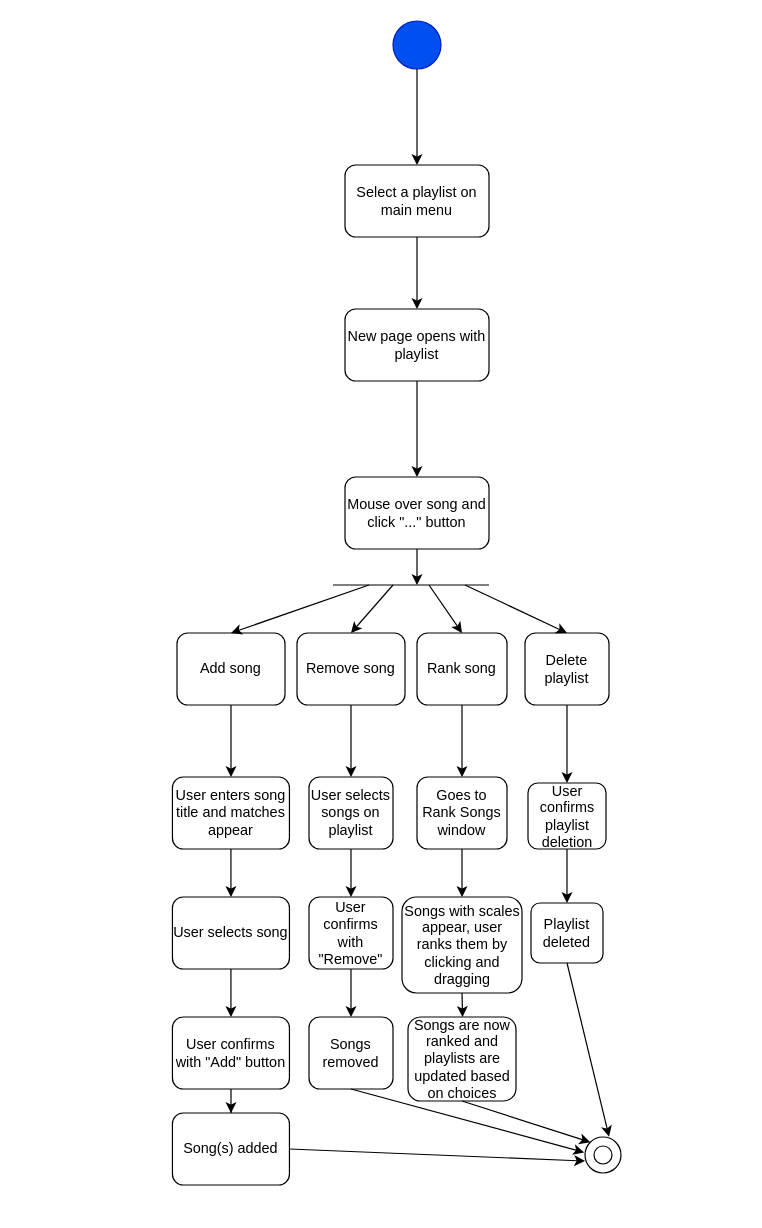
Before: Diagrams/Activity/activity_GUI_edit_playlist.drawio in stpilks99/moodipy, a draw.io diagram. Source tidied: cells renumbered, new cells numbered last; positions are measured from the earlier drawing's top-left corner, leaving out a move shared by most shapes. Both pictures are drawn from the tidied source at 120%, with x=0, y=0 at pixel (172, 20).
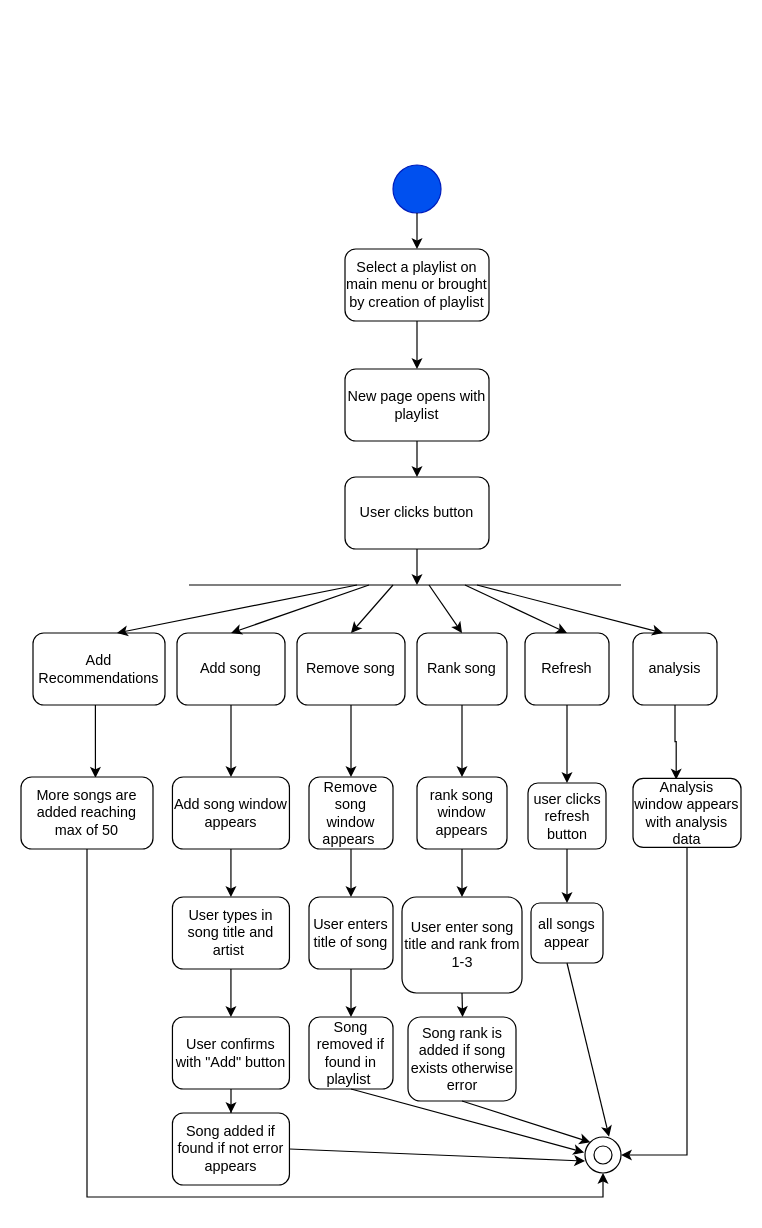
Above is the later version.

The change refers to these unchanged cells:
```xml
<mxCell id="43" style="ellipse;whiteSpace=wrap;html=1;" parent="1" vertex="1">
  <mxGeometry x="344" y="930" width="30" height="30" as="geometry" />
</mxCell>
```

Change to the diagram source:
```diff
@@
     <mxCell id="2" style="ellipse;whiteSpace=wrap;html=1;fillColor=#0050ef;strokeColor=#001DBC;fontColor=#ffffff;" parent="1" vertex="1">
-      <mxGeometry x="184" width="40" height="40" as="geometry" />
+      <mxGeometry x="184" y="120" width="40" height="40" as="geometry" />
     </mxCell>
-    <mxCell id="3" style="endArrow=classic;html=1;exitX=0.5;exitY=1;exitDx=0;exitDy=0;" parent="1" edge="1" source="2">
-      <mxGeometry relative="1" as="geometry">
-        <mxPoint x="204" y="120" as="targetPoint" />
-      </mxGeometry>
+    <mxCell id="3" style="endArrow=classic;html=1;exitX=0.5;exitY=1;exitDx=0;exitDy=0;entryX=0.5;entryY=0;entryDx=0;entryDy=0;" parent="1" edge="1" source="2" target="4">
+      <mxGeometry relative="1" as="geometry" />
     </mxCell>
-    <mxCell id="4" value="Select a playlist on main menu" style="rounded=1;whiteSpace=wrap;html=1;" parent="1" vertex="1">
-      <mxGeometry x="144" y="120" width="120" height="60" as="geometry" />
+    <mxCell id="4" value="Select a playlist on main menu or brought by creation of playlist" style="rounded=1;whiteSpace=wrap;html=1;" parent="1" vertex="1">
+      <mxGeometry x="144" y="190" width="120" height="60" as="geometry" />
     </mxCell>
-    <mxCell id="5" style="endArrow=classic;html=1;exitX=0.5;exitY=1;exitDx=0;exitDy=0;" parent="1" edge="1" source="4">
-      <mxGeometry relative="1" as="geometry">
-        <mxPoint x="204" y="240" as="targetPoint" />
-      </mxGeometry>
+    <mxCell id="5" style="endArrow=classic;html=1;exitX=0.5;exitY=1;exitDx=0;exitDy=0;entryX=0.5;entryY=0;entryDx=0;entryDy=0;" parent="1" edge="1" source="4" target="7">
+      <mxGeometry relative="1" as="geometry" />
     </mxCell>
@@
     <mxCell id="7" value="New page opens with playlist" style="rounded=1;whiteSpace=wrap;html=1;" parent="1" vertex="1">
-      <mxGeometry x="144" y="240" width="120" height="60" as="geometry" />
+      <mxGeometry x="144" y="290" width="120" height="60" as="geometry" />
     </mxCell>
-    <mxCell id="8" value="Mouse over song and click &quot;...&quot; button" style="rounded=1;whiteSpace=wrap;html=1;" parent="1" vertex="1">
+    <mxCell id="8" value="User clicks button" style="rounded=1;whiteSpace=wrap;html=1;" parent="1" vertex="1">
       <mxGeometry x="144" y="380" width="120" height="60" as="geometry" />
     </mxCell>
@@
     <mxCell id="11" style="endArrow=none;html=1;" parent="1" edge="1">
       <mxGeometry relative="1" as="geometry">
-        <mxPoint x="134" y="470" as="sourcePoint" />
-        <mxPoint x="264" y="470" as="targetPoint" />
+        <mxPoint x="14" y="470" as="sourcePoint" />
+        <mxPoint x="374" y="470" as="targetPoint" />
       </mxGeometry>
     </mxCell>
@@
-    <mxCell id="19" value="Goes to Rank Songs window" style="rounded=1;whiteSpace=wrap;html=1;" parent="1" vertex="1">
+    <mxCell id="19" value="rank song window appears" style="rounded=1;whiteSpace=wrap;html=1;" parent="1" vertex="1">
       <mxGeometry x="204" y="630" width="75" height="60" as="geometry" />
     </mxCell>
-    <mxCell id="20" value="Songs with scales appear, user ranks them by clicking and dragging" style="rounded=1;whiteSpace=wrap;html=1;" parent="1" vertex="1">
+    <mxCell id="20" value="User enter song title and rank from 1-3" style="rounded=1;whiteSpace=wrap;html=1;" parent="1" vertex="1">
       <mxGeometry x="191.5" y="730" width="100" height="80" as="geometry" />
     </mxCell>
-    <mxCell id="21" value="Delete playlist" style="rounded=1;whiteSpace=wrap;html=1;" parent="1" vertex="1">
+    <mxCell id="21" value="Refresh" style="rounded=1;whiteSpace=wrap;html=1;" parent="1" vertex="1">
       <mxGeometry x="294" y="510" width="70" height="60" as="geometry" />
     </mxCell>
@@
-    <mxCell id="25" value="User enters song title and matches appear" style="rounded=1;whiteSpace=wrap;html=1;" parent="1" vertex="1">
+    <mxCell id="25" value="Add song window appears" style="rounded=1;whiteSpace=wrap;html=1;" parent="1" vertex="1">
       <mxGeometry x="0.2" y="630" width="97.5" height="60" as="geometry" />
     </mxCell>
@@
-    <mxCell id="27" value="User selects song " style="rounded=1;whiteSpace=wrap;html=1;" parent="1" vertex="1">
+    <mxCell id="27" value="User types in song title and artist&amp;nbsp;" style="rounded=1;whiteSpace=wrap;html=1;" parent="1" vertex="1">
       <mxGeometry x="0.2" y="730" width="97.5" height="60" as="geometry" />
     </mxCell>
@@
-    <mxCell id="30" value="Song(s) added" style="rounded=1;whiteSpace=wrap;html=1;" parent="1" vertex="1">
+    <mxCell id="30" value="Song added if found if not error appears" style="rounded=1;whiteSpace=wrap;html=1;" parent="1" vertex="1">
       <mxGeometry x="0.2" y="910" width="97.5" height="60" as="geometry" />
     </mxCell>
@@
-    <mxCell id="32" value="User selects songs on playlist" style="rounded=1;whiteSpace=wrap;html=1;" parent="1" vertex="1">
+    <mxCell id="32" value="Remove song window appears&amp;nbsp;" style="rounded=1;whiteSpace=wrap;html=1;" parent="1" vertex="1">
       <mxGeometry x="114" y="630" width="70" height="60" as="geometry" />
     </mxCell>
@@
-    <mxCell id="34" value="User confirms with &quot;Remove&quot;" style="rounded=1;whiteSpace=wrap;html=1;" parent="1" vertex="1">
+    <mxCell id="34" value="User enters title of song" style="rounded=1;whiteSpace=wrap;html=1;" parent="1" vertex="1">
       <mxGeometry x="114" y="730" width="70" height="60" as="geometry" />
     </mxCell>
-    <mxCell id="35" value="Songs removed" style="rounded=1;whiteSpace=wrap;html=1;" parent="1" vertex="1">
+    <mxCell id="35" value="Song removed if found in playlist&amp;nbsp;" style="rounded=1;whiteSpace=wrap;html=1;" parent="1" vertex="1">
       <mxGeometry x="114" y="830" width="70" height="60" as="geometry" />
     </mxCell>
@@
-    <mxCell id="38" value="Songs are now ranked and playlists are updated based on choices" style="rounded=1;whiteSpace=wrap;html=1;" parent="1" vertex="1">
+    <mxCell id="38" value="Song rank is added if song exists otherwise error" style="rounded=1;whiteSpace=wrap;html=1;" parent="1" vertex="1">
       <mxGeometry x="196.5" y="830" width="90" height="70" as="geometry" />
     </mxCell>
@@
-    <mxCell id="40" value="User confirms playlist deletion" style="rounded=1;whiteSpace=wrap;html=1;" parent="1" vertex="1">
+    <mxCell id="40" value="user clicks refresh button" style="rounded=1;whiteSpace=wrap;html=1;" parent="1" vertex="1">
       <mxGeometry x="296.5" y="635" width="65" height="55" as="geometry" />
     </mxCell>
-    <mxCell id="41" value="Playlist deleted" style="rounded=1;whiteSpace=wrap;html=1;" parent="1" vertex="1">
+    <mxCell id="41" value="all songs appear" style="rounded=1;whiteSpace=wrap;html=1;" parent="1" vertex="1">
       <mxGeometry x="299" y="735" width="60" height="50" as="geometry" />
     </mxCell>
@@
+    <mxCell id="49" style="edgeStyle=orthogonalEdgeStyle;rounded=0;jettySize=auto;html=1;entryX=0.4;entryY=0.017;entryDx=0;entryDy=0;entryPerimeter=0;" parent="1" edge="1" source="50" target="58">
+      <mxGeometry relative="1" as="geometry" />
+    </mxCell>
+    <mxCell id="50" value="analysis" style="rounded=1;whiteSpace=wrap;html=1;" parent="1" vertex="1">
+      <mxGeometry x="384" y="510" width="70" height="60" as="geometry" />
+    </mxCell>
+    <mxCell id="51" style="edgeStyle=orthogonalEdgeStyle;rounded=0;jettySize=auto;html=1;entryX=0.564;entryY=0.01;entryDx=0;entryDy=0;entryPerimeter=0;" parent="1" edge="1" source="52" target="56">
+      <mxGeometry relative="1" as="geometry">
+        <Array as="points">
+          <mxPoint x="-64" y="600" />
+          <mxPoint x="-64" y="600" />
+        </Array>
+      </mxGeometry>
+    </mxCell>
+    <mxCell id="52" value="Add Recommendations" style="rounded=1;whiteSpace=wrap;html=1;" parent="1" vertex="1">
+      <mxGeometry x="-116" y="510" width="110" height="60" as="geometry" />
+    </mxCell>
+    <mxCell id="53" style="endArrow=classic;html=1;entryX=0.5;entryY=0;entryDx=0;entryDy=0;" parent="1" edge="1">
+      <mxGeometry relative="1" as="geometry">
+        <mxPoint x="154" y="470" as="sourcePoint" />
+        <mxPoint x="-46" y="510" as="targetPoint" />
+      </mxGeometry>
+    </mxCell>
+    <mxCell id="54" style="endArrow=classic;html=1;entryX=0.5;entryY=0;entryDx=0;entryDy=0;" parent="1" edge="1">
+      <mxGeometry relative="1" as="geometry">
+        <mxPoint x="254" y="470" as="sourcePoint" />
+        <mxPoint x="409" y="510" as="targetPoint" />
+      </mxGeometry>
+    </mxCell>
+    <mxCell id="55" style="edgeStyle=orthogonalEdgeStyle;rounded=0;jettySize=auto;html=1;entryX=0.5;entryY=1;entryDx=0;entryDy=0;" parent="1" edge="1" source="56" target="43">
+      <mxGeometry relative="1" as="geometry">
+        <Array as="points">
+          <mxPoint x="-71" y="980" />
+          <mxPoint x="359" y="980" />
+        </Array>
+      </mxGeometry>
+    </mxCell>
+    <mxCell id="56" value="More songs are added reaching max of 50" style="rounded=1;whiteSpace=wrap;html=1;" parent="1" vertex="1">
+      <mxGeometry x="-126" y="630" width="110" height="60" as="geometry" />
+    </mxCell>
+    <mxCell id="57" style="edgeStyle=orthogonalEdgeStyle;rounded=0;jettySize=auto;html=1;entryX=1;entryY=0.5;entryDx=0;entryDy=0;" parent="1" edge="1" source="58" target="43">
+      <mxGeometry relative="1" as="geometry">
+        <Array as="points">
+          <mxPoint x="429" y="945" />
+        </Array>
+      </mxGeometry>
+    </mxCell>
+    <mxCell id="58" value="Analysis window appears with analysis data" style="rounded=1;whiteSpace=wrap;html=1;" parent="1" vertex="1">
+      <mxGeometry x="384" y="631.2" width="90" height="57.5" as="geometry" />
+    </mxCell>
```
